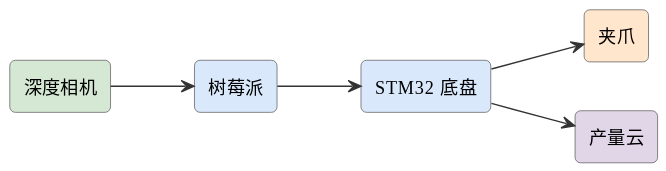
mingyi0818/IntelligentMcuCourse keeps this PlantUML diagram as assets/diagrams/ideas-fig100.svg. Above is the earlier version.
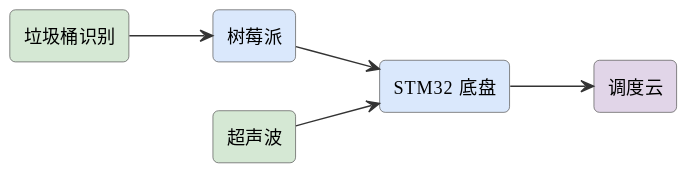
Later version of the same file.

Diff of the diagram source:
```diff
@@ -6,13 +6,13 @@
 skinparam arrowFontSize 11
 skinparam arrowColor #333
 left to right direction
-rectangle "深度相机" as cam #d5e8d4
+rectangle "垃圾桶识别" as cam #d5e8d4
 rectangle "树莓派" as pi #dae8fc
 rectangle "STM32 底盘" as stm #dae8fc
-rectangle "夹爪" as arm #ffe6cc
-rectangle "产量云" as cloud #e1d5e8
+rectangle "超声波" as ult #d5e8d4
+rectangle "调度云" as cloud #e1d5e8
 cam --> pi
 pi --> stm
-stm --> arm
+ult --> stm
 stm --> cloud
 @enduml
```
